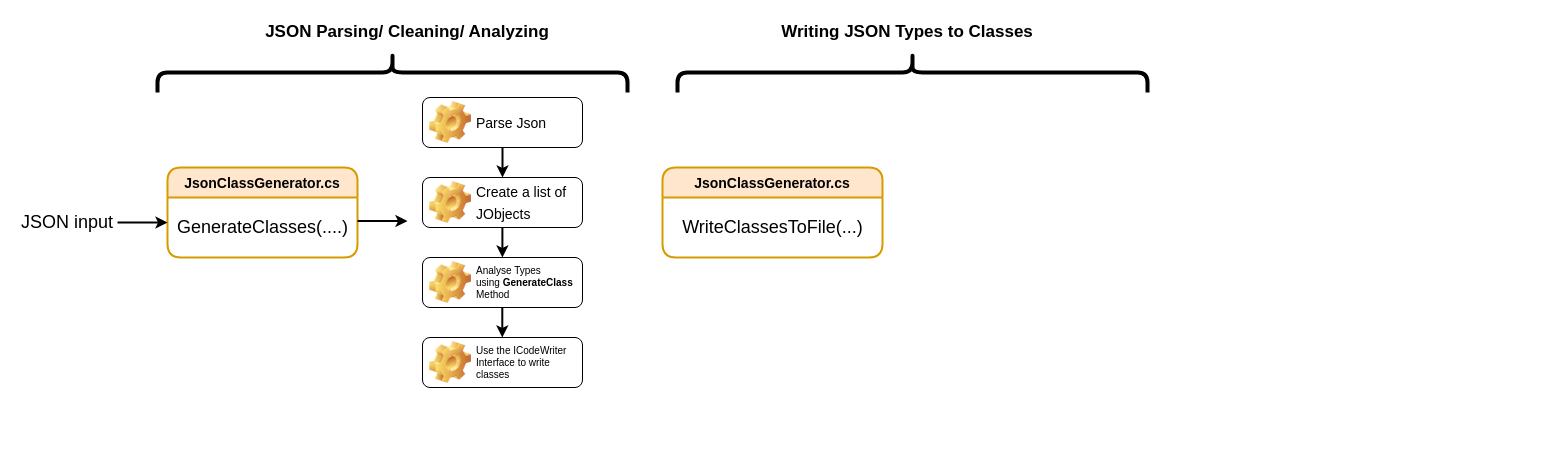
Earlier version of the draw.io diagram Json2CsharpArchitecture.drawio (Json2CSharp/Json2CSharpCodeGenerator). Source tidied: cells renumbered, new cells numbered last; positions are measured from the earlier drawing's top-left corner, leaving out a move shared by most shapes. Both pictures are drawn from the tidied source at 100%, with x=0, y=0 at pixel (17, -163).
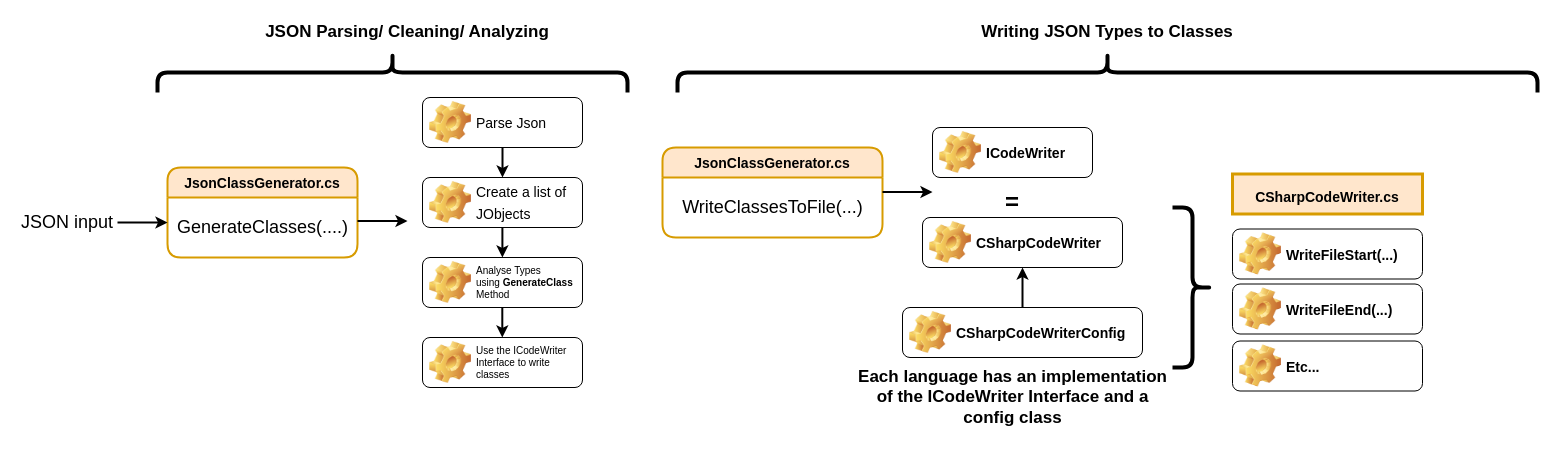
The same diagram, later.

Change to the diagram source:
```diff
@@
     <mxCell id="16" style="shape=curlyBracket;whiteSpace=wrap;html=1;rounded=1;flipH=1;labelPosition=right;verticalLabelPosition=middle;align=left;verticalAlign=middle;fontSize=10;rotation=-90;strokeWidth=4;" parent="1" vertex="1">
-      <mxGeometry x="875" width="40" height="470" as="geometry" />
+      <mxGeometry x="1070" y="-195" width="40" height="860" as="geometry" />
     </mxCell>
     <mxCell id="17" value="&lt;b&gt;&lt;font style=&quot;font-size: 17px;&quot;&gt;Writing JSON Types to Classes&lt;/font&gt;&lt;/b&gt;" style="text;html=1;strokeColor=none;fillColor=none;align=center;verticalAlign=middle;whiteSpace=wrap;rounded=0;strokeWidth=4;fontSize=10;" parent="1" vertex="1">
-      <mxGeometry x="725" y="180" width="330" height="30" as="geometry" />
+      <mxGeometry x="925" y="180" width="330" height="30" as="geometry" />
     </mxCell>
     <mxCell id="18" value="JsonClassGenerator.cs" style="swimlane;horizontal=1;startSize=30;rounded=1;fontSize=14;fontStyle=1;strokeWidth=2;shadow=0;dashed=0;align=center;fillColor=#ffe6cc;strokeColor=#d79b00;" parent="1" vertex="1">
-      <mxGeometry x="645" y="330" width="220" height="90" as="geometry" />
+      <mxGeometry x="645" y="310" width="220" height="90" as="geometry" />
     </mxCell>
@@
+    <mxCell id="20" style="edgeStyle=orthogonalEdgeStyle;rounded=0;orthogonalLoop=1;jettySize=auto;html=1;entryX=0;entryY=0.5;entryDx=0;entryDy=0;strokeColor=default;strokeWidth=2;fontSize=18;" parent="1" edge="1">
+      <mxGeometry relative="1" as="geometry">
+        <mxPoint x="865" y="354.6" as="sourcePoint" />
+        <mxPoint x="915" y="354.6" as="targetPoint" />
+      </mxGeometry>
+    </mxCell>
+    <mxCell id="21" value="&lt;font style=&quot;font-size: 14px;&quot;&gt;ICodeWriter&lt;/font&gt;" style="label;whiteSpace=wrap;html=1;image=img/clipart/Gear_128x128.png;fontSize=18;" parent="1" vertex="1">
+      <mxGeometry x="915" y="290" width="160" height="50" as="geometry" />
+    </mxCell>
+    <mxCell id="22" value="&lt;font style=&quot;font-size: 14px;&quot;&gt;CSharpCodeWriter&lt;/font&gt;" style="label;whiteSpace=wrap;html=1;image=img/clipart/Gear_128x128.png;fontSize=18;" parent="1" vertex="1">
+      <mxGeometry x="905" y="380" width="200" height="50" as="geometry" />
+    </mxCell>
+    <mxCell id="23" value="&lt;b&gt;&lt;font style=&quot;font-size: 24px;&quot;&gt;=&lt;/font&gt;&lt;/b&gt;" style="text;html=1;strokeColor=none;fillColor=none;align=center;verticalAlign=middle;whiteSpace=wrap;rounded=0;fontSize=18;" parent="1" vertex="1">
+      <mxGeometry x="970" y="350" width="50" height="30" as="geometry" />
+    </mxCell>
+    <mxCell id="24" value="&lt;font style=&quot;font-size: 14px;&quot;&gt;CSharpCodeWriterConfig&lt;/font&gt;" style="label;whiteSpace=wrap;html=1;image=img/clipart/Gear_128x128.png;fontSize=18;" parent="1" vertex="1">
+      <mxGeometry x="885" y="470" width="240" height="50" as="geometry" />
+    </mxCell>
+    <mxCell id="25" style="edgeStyle=orthogonalEdgeStyle;rounded=0;jettySize=auto;html=1;entryX=0.5;entryY=1;entryDx=0;entryDy=0;strokeColor=default;strokeWidth=2;fontSize=18;exitX=0.5;exitY=0;exitDx=0;exitDy=0;" parent="1" edge="1" source="24" target="22">
+      <mxGeometry relative="1" as="geometry" />
+    </mxCell>
+    <mxCell id="26" style="shape=curlyBracket;whiteSpace=wrap;html=1;rounded=1;flipH=1;labelPosition=right;verticalLabelPosition=middle;align=left;verticalAlign=middle;strokeWidth=4;fontSize=24;" parent="1" vertex="1">
+      <mxGeometry x="1155" y="370" width="40" height="160" as="geometry" />
+    </mxCell>
+    <mxCell id="27" value="&lt;span style=&quot;font-size: 14px; font-weight: 700;&quot;&gt;CSharpCodeWriter.cs&lt;/span&gt;" style="rounded=0;whiteSpace=wrap;html=1;strokeWidth=3;fontSize=24;fillColor=#ffe6cc;strokeColor=#d79b00;" parent="1" vertex="1">
+      <mxGeometry x="1215" y="336.5" width="190" height="40" as="geometry" />
+    </mxCell>
+    <mxCell id="28" value="&lt;font style=&quot;font-size: 14px;&quot;&gt;WriteFileStart(...)&lt;/font&gt;" style="label;whiteSpace=wrap;html=1;image=img/clipart/Gear_128x128.png;fontSize=18;" parent="1" vertex="1">
+      <mxGeometry x="1215" y="391.5" width="190" height="50" as="geometry" />
+    </mxCell>
+    <mxCell id="29" value="&lt;font style=&quot;font-size: 14px;&quot;&gt;WriteFileEnd(...)&lt;/font&gt;" style="label;whiteSpace=wrap;html=1;image=img/clipart/Gear_128x128.png;fontSize=18;" parent="1" vertex="1">
+      <mxGeometry x="1215" y="446.5" width="190" height="50" as="geometry" />
+    </mxCell>
+    <mxCell id="30" value="&lt;span style=&quot;font-size: 14px;&quot;&gt;Etc...&lt;/span&gt;" style="label;whiteSpace=wrap;html=1;image=img/clipart/Gear_128x128.png;fontSize=18;" parent="1" vertex="1">
+      <mxGeometry x="1215" y="503.5" width="190" height="50" as="geometry" />
+    </mxCell>
+    <mxCell id="31" value="&lt;b&gt;&lt;font style=&quot;font-size: 17px;&quot;&gt;Each language has an implementation of the ICodeWriter Interface and a config class&lt;/font&gt;&lt;/b&gt;" style="text;html=1;strokeColor=none;fillColor=none;align=center;verticalAlign=middle;whiteSpace=wrap;rounded=0;strokeWidth=4;fontSize=10;" parent="1" vertex="1">
+      <mxGeometry x="837.5" y="520" width="315" height="80" as="geometry" />
+    </mxCell>
```
